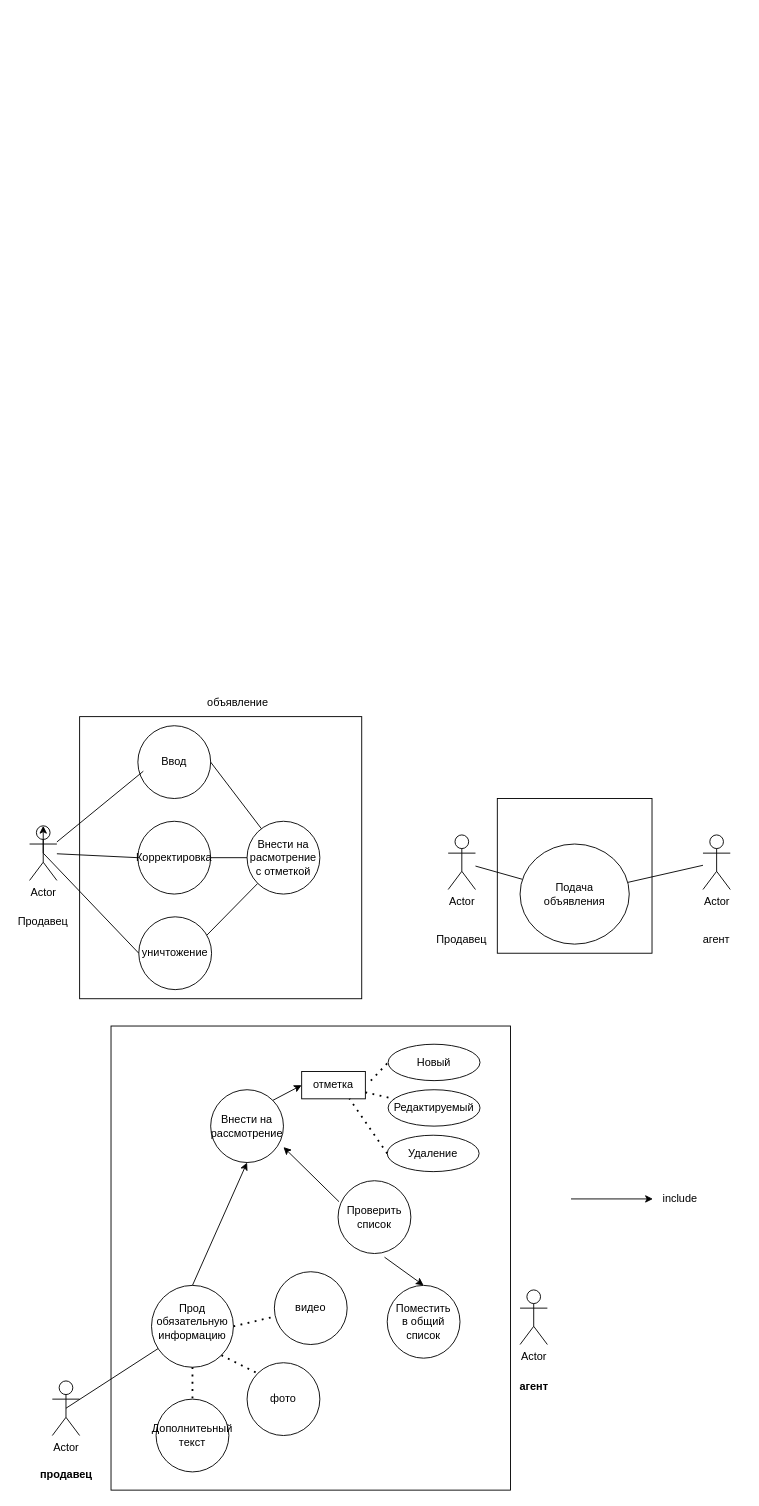
Before: Диаграмма без названия.drawio in DarkMoonLi/-, a draw.io diagram. Source tidied: cells renumbered, new cells numbered last; positions are measured from the earlier drawing's top-left corner, leaving out a move shared by most shapes. Both pictures are drawn from the tidied source at 91%, with x=0, y=0 at pixel (15, 689).
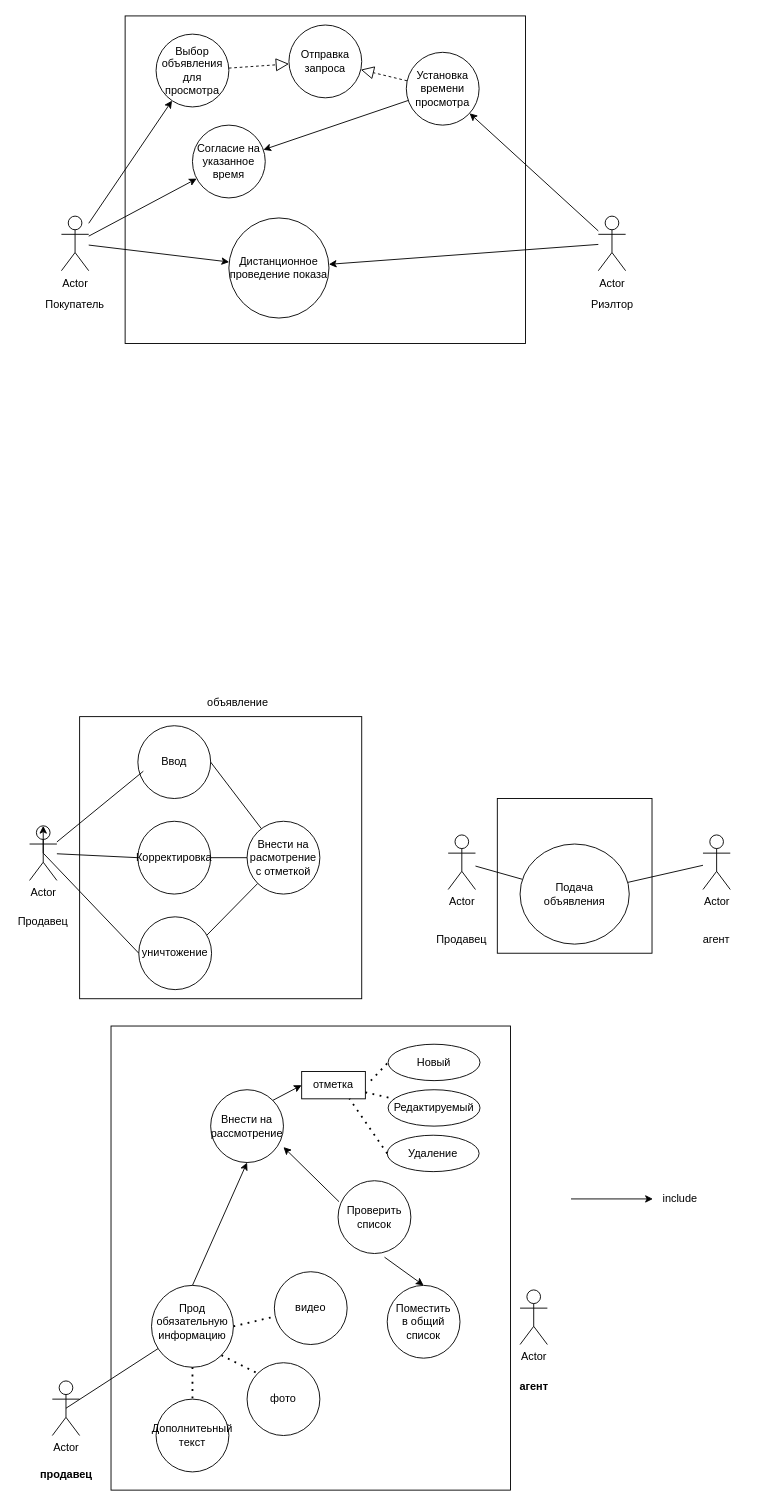
Above is the later version.

The edit, as a diff of the source:
```diff
@@
+    <mxCell id="62" value="Actor" style="shape=umlActor;verticalLabelPosition=bottom;verticalAlign=top;html=1;outlineConnect=0;" parent="1" vertex="1">
+      <mxGeometry x="50" y="-520" width="30" height="60" as="geometry" />
+    </mxCell>
+    <mxCell id="63" value="Покупатель" style="text;html=1;strokeColor=none;fillColor=none;align=center;verticalAlign=middle;whiteSpace=wrap;rounded=0;" parent="1" vertex="1">
+      <mxGeometry x="35" y="-438" width="60" height="30" as="geometry" />
+    </mxCell>
+    <mxCell id="64" style="rounded=0;whiteSpace=wrap;html=1;" parent="1" vertex="1">
+      <mxGeometry x="120" y="-740" width="440" height="360" as="geometry" />
+    </mxCell>
+    <mxCell id="65" value="Выбор объявления для просмотра" style="ellipse;whiteSpace=wrap;html=1;" parent="1" vertex="1">
+      <mxGeometry x="154" y="-720" width="80" height="80" as="geometry" />
+    </mxCell>
+    <mxCell id="66" style="endArrow=classic;html=1;rounded=0;" parent="1" edge="1" source="62" target="65">
+      <mxGeometry relative="1" as="geometry" />
+    </mxCell>
+    <mxCell id="67" value="Отправка запроса" style="ellipse;whiteSpace=wrap;html=1;" parent="1" vertex="1">
+      <mxGeometry x="300" y="-730" width="80" height="80" as="geometry" />
+    </mxCell>
+    <mxCell id="68" value="Установка времени просмотра" style="ellipse;whiteSpace=wrap;html=1;" parent="1" vertex="1">
+      <mxGeometry x="429" y="-700" width="80" height="80" as="geometry" />
+    </mxCell>
+    <mxCell id="69" value="Actor" style="shape=umlActor;verticalLabelPosition=bottom;verticalAlign=top;html=1;outlineConnect=0;" parent="1" vertex="1">
+      <mxGeometry x="640" y="-520" width="30" height="60" as="geometry" />
+    </mxCell>
+    <mxCell id="70" value="Риэлтор" style="text;html=1;align=center;verticalAlign=middle;strokeColor=none;fillColor=none;" parent="1" vertex="1">
+      <mxGeometry x="620" y="-438" width="70" height="30" as="geometry" />
+    </mxCell>
+    <mxCell id="71" style="endArrow=block;dashed=1;endFill=0;endSize=12;html=1;rounded=0;" parent="1" edge="1" source="65" target="67">
+      <mxGeometry relative="1" as="geometry" />
+    </mxCell>
+    <mxCell id="72" style="endArrow=block;dashed=1;endFill=0;endSize=12;html=1;rounded=0;" parent="1" edge="1" source="68" target="67">
+      <mxGeometry relative="1" as="geometry" />
+    </mxCell>
+    <mxCell id="73" style="endArrow=classic;html=1;rounded=0;" parent="1" edge="1" source="69" target="68">
+      <mxGeometry relative="1" as="geometry" />
+    </mxCell>
+    <mxCell id="74" value="Согласие на указанное время" style="ellipse;whiteSpace=wrap;html=1;" parent="1" vertex="1">
+      <mxGeometry x="194" y="-620" width="80" height="80" as="geometry" />
+    </mxCell>
+    <mxCell id="75" style="endArrow=classic;html=1;rounded=0;" parent="1" edge="1" source="62" target="74">
+      <mxGeometry relative="1" as="geometry" />
+    </mxCell>
+    <mxCell id="76" style="endArrow=classic;html=1;rounded=0;" parent="1" edge="1" source="68" target="74">
+      <mxGeometry relative="1" as="geometry" />
+    </mxCell>
+    <mxCell id="77" value="Дистанционное проведение показа" style="ellipse;whiteSpace=wrap;html=1;" parent="1" vertex="1">
+      <mxGeometry x="234" y="-518" width="110" height="110" as="geometry" />
+    </mxCell>
+    <mxCell id="78" style="endArrow=classic;html=1;rounded=0;" parent="1" edge="1" source="62" target="77">
+      <mxGeometry relative="1" as="geometry" />
+    </mxCell>
+    <mxCell id="79" style="endArrow=classic;html=1;rounded=0;" parent="1" edge="1" source="69" target="77">
+      <mxGeometry relative="1" as="geometry" />
+    </mxCell>
```
